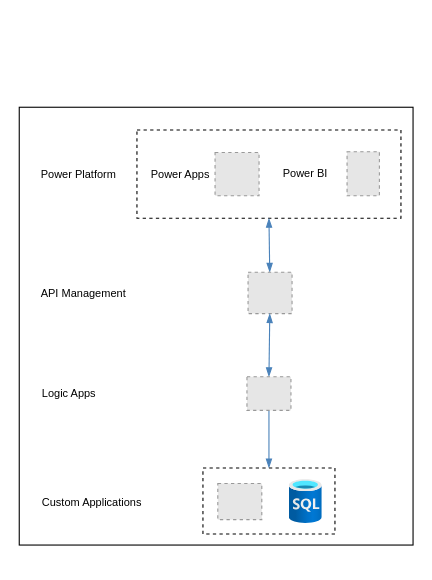
This is page "power platform" (3 of 8) of integration-patterns.drawio from mrsmitty/drawio, a draw.io file, before an edit. Source tidied: cells renumbered, new cells numbered last; positions are measured from the earlier drawing's top-left corner, leaving out a move shared by most shapes. Both pictures are drawn from the tidied source at 110%, with x=0, y=0 at pixel (19, 107). Pictures stored in the file or linked from it are replaced by grey dashed boxes.
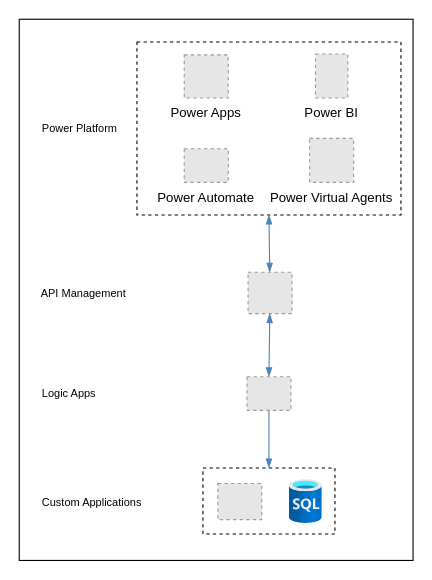
Above is the later version.

Diff of the diagram source:
```diff
@@
 <mxGraphModel>
   <root>
     <mxCell id="0" />
     <mxCell id="1" parent="0" />
     <mxCell id="2" style="rounded=0;whiteSpace=wrap;html=1;fillColor=none;" parent="1" vertex="1">
-      <mxGeometry width="358" height="398" as="geometry" />
+      <mxGeometry y="-80" width="358" height="492" as="geometry" />
     </mxCell>
     <mxCell id="3" style="rounded=0;whiteSpace=wrap;html=1;fillColor=none;fontSize=10;align=left;dashed=1;" parent="1" vertex="1">
-      <mxGeometry x="107" y="20.7" width="240" height="80.2" as="geometry" />
+      <mxGeometry x="107" y="-59.3" width="240" height="157.3" as="geometry" />
     </mxCell>
     <mxCell id="4" style="edgeStyle=none;rounded=0;jettySize=auto;html=1;entryX=0.5;entryY=1;entryDx=0;entryDy=0;startArrow=blockThin;startFill=1;endArrow=blockThin;endFill=1;strokeColor=#4A82BA;fontSize=10;" parent="1" edge="1" source="5" target="3">
       <mxGeometry relative="1" as="geometry" />
     </mxCell>
     <mxCell id="5" style="fillColor=#E6E6E6;strokeColor=#999999;dashed=1;verticalLabelPosition=bottom;verticalAlign=top;fontSize=10;align=left;" parent="1" vertex="1">
       <mxGeometry x="208" y="150" width="40" height="37.6" as="geometry" />
     </mxCell>
-    <mxCell id="6" style="fillColor=#E6E6E6;strokeColor=#999999;dashed=1;verticalLabelPosition=bottom;verticalAlign=top;" parent="1" vertex="1">
-      <mxGeometry x="178" y="41.2" width="40" height="39.2" as="geometry" />
+    <mxCell id="6" value="Power Apps" style="fillColor=#E6E6E6;strokeColor=#999999;dashed=1;verticalLabelPosition=bottom;verticalAlign=top;" parent="1" vertex="1">
+      <mxGeometry x="150" y="-47.6" width="40" height="39.2" as="geometry" />
     </mxCell>
-    <mxCell id="7" style="fillColor=#E6E6E6;strokeColor=#999999;dashed=1;verticalLabelPosition=bottom;verticalAlign=top;" parent="1" vertex="1">
-      <mxGeometry x="298" y="40.4" width="29.4" height="40" as="geometry" />
+    <mxCell id="7" value="Power BI" style="fillColor=#E6E6E6;strokeColor=#999999;dashed=1;verticalLabelPosition=bottom;verticalAlign=top;" parent="1" vertex="1">
+      <mxGeometry x="269.3" y="-48.4" width="29.4" height="40" as="geometry" />
     </mxCell>
-    <mxCell id="8" value="Power Apps" style="text;html=1;align=left;verticalAlign=middle;fillColor=none;strokeColor=none;rounded=0;fontSize=10;" parent="1" vertex="1">
-      <mxGeometry x="118" y="50.8" width="70" height="20" as="geometry" />
-    </mxCell>
-    <mxCell id="9" value="Power BI" style="text;html=1;align=left;verticalAlign=middle;fillColor=none;strokeColor=none;rounded=0;fontSize=10;" parent="1" vertex="1">
-      <mxGeometry x="238" y="50.4" width="60" height="20" as="geometry" />
-    </mxCell>
     <mxCell id="10" value="API Management" style="text;html=1;align=left;verticalAlign=middle;fillColor=none;strokeColor=none;rounded=0;fontSize=10;" parent="1" vertex="1">
       <mxGeometry x="18" y="158.8" width="90" height="20" as="geometry" />
     </mxCell>
     <mxCell id="11" value="Custom Applications" style="text;html=1;align=left;verticalAlign=middle;fillColor=none;strokeColor=none;rounded=0;fontSize=10;" parent="1" vertex="1">
       <mxGeometry x="19" y="350.5" width="101" height="16" as="geometry" />
     </mxCell>
     <mxCell id="12" style="edgeStyle=none;rounded=0;jettySize=auto;html=1;startArrow=blockThin;startFill=1;endArrow=blockThin;endFill=1;strokeColor=#4A82BA;fontSize=10;exitX=0.5;exitY=0;exitDx=0;exitDy=0;" parent="1" edge="1" source="16" target="5">
       <mxGeometry relative="1" as="geometry" />
     </mxCell>
     <mxCell id="13" style="fillColor=#E6E6E6;strokeColor=#999999;dashed=1;verticalLabelPosition=bottom;verticalAlign=top;" parent="1" vertex="1">
       <mxGeometry x="180.5" y="342" width="40" height="32.9" as="geometry" />
     </mxCell>
     <mxCell id="14" value="Power Platform" style="text;html=1;align=left;verticalAlign=middle;fillColor=none;strokeColor=none;rounded=0;fontSize=10;" parent="1" vertex="1">
-      <mxGeometry x="18" y="50.8" width="80" height="20" as="geometry" />
+      <mxGeometry x="19" y="9.3" width="80" height="20" as="geometry" />
     </mxCell>
     <mxCell id="15" style="edgeStyle=none;rounded=0;jettySize=auto;html=1;entryX=0.5;entryY=0;entryDx=0;entryDy=0;startArrow=none;startFill=0;endArrow=blockThin;endFill=1;strokeColor=#4A82BA;fontSize=10;" parent="1" edge="1" source="16" target="19">
       <mxGeometry relative="1" as="geometry" />
     </mxCell>
     <mxCell id="16" style="fillColor=#E6E6E6;strokeColor=#999999;dashed=1;verticalLabelPosition=bottom;verticalAlign=top;fontSize=10;align=left;" parent="1" vertex="1">
       <mxGeometry x="207" y="245" width="40" height="30.6" as="geometry" />
     </mxCell>
     <mxCell id="17" value="Logic Apps" style="text;html=1;align=left;verticalAlign=middle;fillColor=none;strokeColor=none;rounded=0;fontSize=10;" parent="1" vertex="1">
       <mxGeometry x="19" y="252.3" width="59" height="16" as="geometry" />
     </mxCell>
     <mxCell id="18" style="html=1;align=center;image;fontSize=12;image=img/lib/azure2/databases/SQL_Database.svg;dashed=1;strokeColor=#000000;fillColor=#000000;" parent="1" vertex="1">
       <mxGeometry x="245.5" y="338.5" width="30" height="40" as="geometry" />
     </mxCell>
     <mxCell id="19" style="rounded=0;whiteSpace=wrap;html=1;fillColor=none;fontSize=10;align=left;dashed=1;" parent="1" vertex="1">
       <mxGeometry x="167" y="328" width="120" height="60" as="geometry" />
     </mxCell>
+    <mxCell id="20" value="Power Automate" style="fillColor=#E6E6E6;strokeColor=#999999;dashed=1;verticalLabelPosition=bottom;labelBackgroundColor=#ffffff;verticalAlign=top;" parent="1" vertex="1">
+      <mxGeometry x="150" y="37.7" width="40" height="30.6" as="geometry" />
+    </mxCell>
+    <mxCell id="21" value="Power Virtual Agents" style="fillColor=#E6E6E6;strokeColor=#999999;dashed=1;verticalLabelPosition=bottom;labelBackgroundColor=#ffffff;verticalAlign=top;" parent="1" vertex="1">
+      <mxGeometry x="264" y="28.3" width="40" height="40" as="geometry" />
+    </mxCell>
   </root>
 </mxGraphModel>
```
